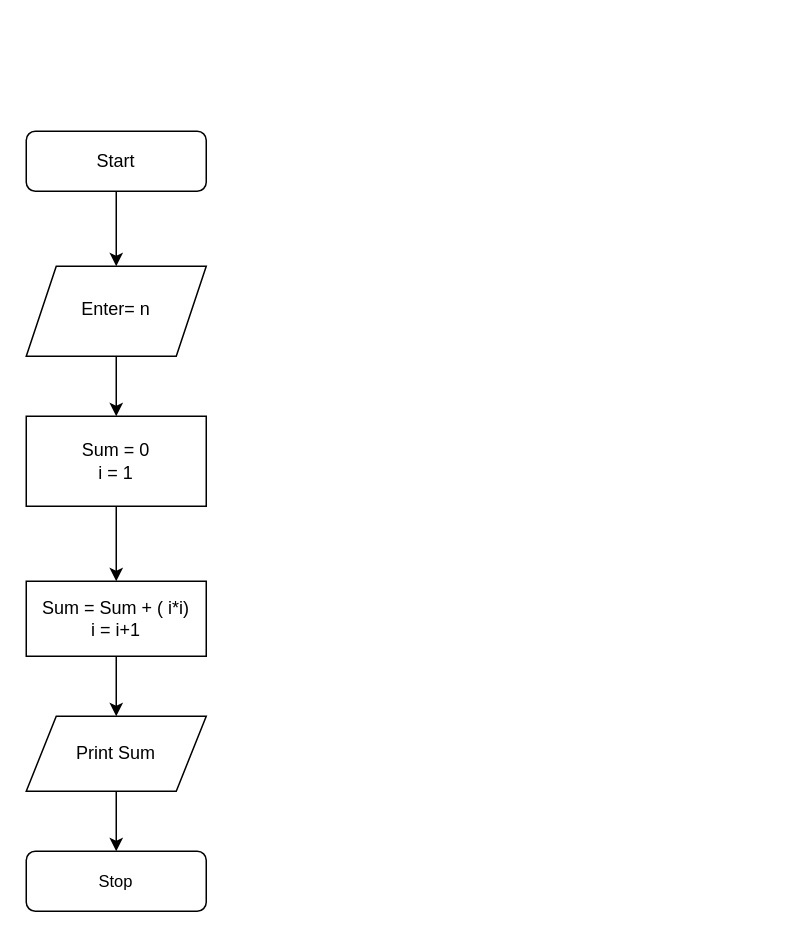
Above: Untitled Diagram.drawio in edebisa/File-1 (draw.io), before the change. Source tidied: cells renumbered, new cells numbered last; positions are measured from the earlier drawing's top-left corner, leaving out a move shared by most shapes. Both pictures are drawn from the tidied source at 150%, with x=0, y=0 at pixel (26, 130).
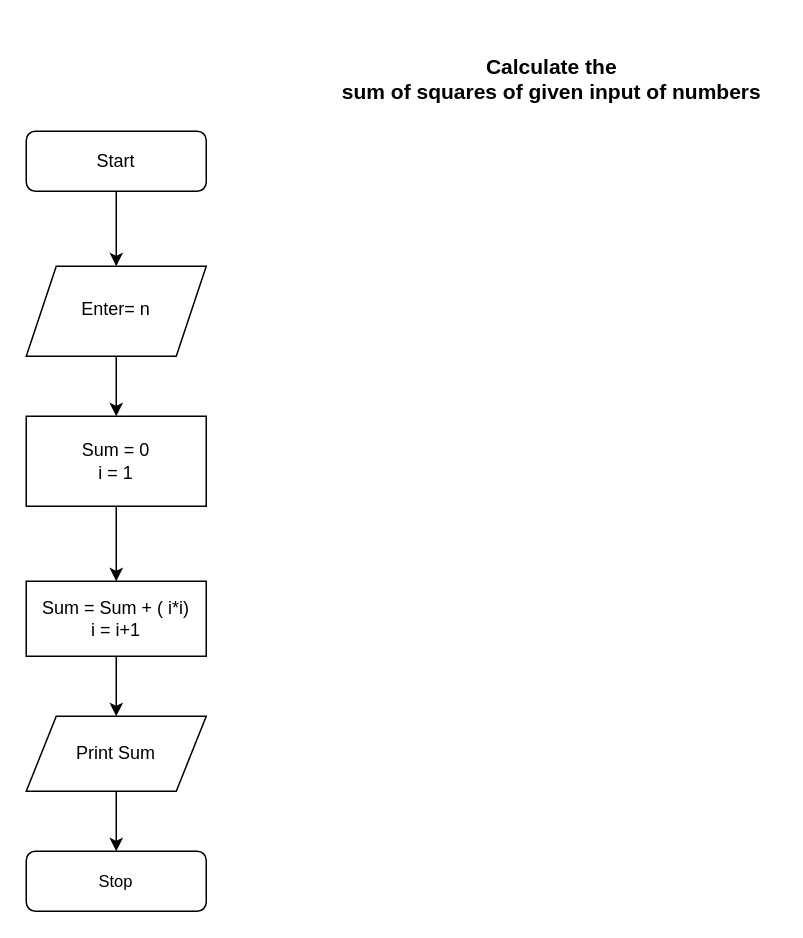
After the change.

Diff of the diagram source:
```diff
@@
 <mxGraphModel>
   <root>
     <mxCell id="0" />
     <mxCell id="1" parent="0" />
     <mxCell id="2" style="edgeStyle=orthogonalEdgeStyle;rounded=0;jettySize=auto;html=1;" parent="1" edge="1" source="3" target="5">
       <mxGeometry relative="1" as="geometry" />
     </mxCell>
     <mxCell id="3" value="&lt;p align=&quot;center&quot; class=&quot;MsoNormal&quot;&gt;Start&lt;/p&gt;" style="rounded=1;whiteSpace=wrap;html=1;fontSize=12;glass=0;strokeWidth=1;shadow=0;" parent="1" vertex="1">
       <mxGeometry width="120" height="40" as="geometry" />
     </mxCell>
     <mxCell id="4" style="edgeStyle=orthogonalEdgeStyle;rounded=0;jettySize=auto;html=1;" parent="1" edge="1" source="5" target="7">
       <mxGeometry relative="1" as="geometry" />
     </mxCell>
     <mxCell id="5" value="&lt;br&gt;&lt;br&gt;&lt;br&gt;&lt;p style=&quot;&quot; class=&quot;MsoNormal&quot;&gt;&lt;br&gt;&lt;/p&gt;&lt;p style=&quot;&quot; class=&quot;MsoNormal&quot;&gt;&lt;span style=&quot;background-color: initial;&quot;&gt;Enter= n&lt;/span&gt;&lt;br&gt;&lt;/p&gt;&lt;br&gt;&lt;br&gt;&lt;br&gt;&lt;br&gt;&lt;br&gt;" style="shape=parallelogram;perimeter=parallelogramPerimeter;whiteSpace=wrap;html=1;fixedSize=1;align=center;" parent="1" vertex="1">
       <mxGeometry y="90" width="120" height="60" as="geometry" />
     </mxCell>
     <mxCell id="6" style="edgeStyle=orthogonalEdgeStyle;rounded=0;jettySize=auto;html=1;fontSize=11;" parent="1" edge="1" source="7" target="9">
       <mxGeometry relative="1" as="geometry" />
     </mxCell>
     <mxCell id="7" value="Sum = 0&lt;br&gt;i = 1" style="rounded=0;whiteSpace=wrap;html=1;" parent="1" vertex="1">
       <mxGeometry y="190" width="120" height="60" as="geometry" />
     </mxCell>
     <mxCell id="8" style="edgeStyle=orthogonalEdgeStyle;rounded=0;jettySize=auto;html=1;fontSize=11;" parent="1" edge="1" source="9" target="11">
       <mxGeometry relative="1" as="geometry" />
     </mxCell>
     <mxCell id="9" value="Sum = Sum + ( i*i)&lt;br&gt;i = i+1" style="rounded=0;whiteSpace=wrap;html=1;" parent="1" vertex="1">
       <mxGeometry y="300" width="120" height="50" as="geometry" />
     </mxCell>
     <mxCell id="10" style="edgeStyle=orthogonalEdgeStyle;rounded=0;jettySize=auto;html=1;fontSize=11;" parent="1" edge="1" source="11" target="12">
       <mxGeometry relative="1" as="geometry" />
     </mxCell>
     <mxCell id="11" value="Print Sum" style="shape=parallelogram;perimeter=parallelogramPerimeter;whiteSpace=wrap;html=1;fixedSize=1;rounded=0;" parent="1" vertex="1">
       <mxGeometry y="390" width="120" height="50" as="geometry" />
     </mxCell>
     <mxCell id="12" value="Stop" style="rounded=1;whiteSpace=wrap;html=1;fontSize=11;" parent="1" vertex="1">
       <mxGeometry y="480" width="120" height="40" as="geometry" />
     </mxCell>
+    <mxCell id="13" value="&lt;p class=&quot;MsoNormal&quot;&gt;&lt;strong&gt;&lt;span&gt;&lt;font style=&quot;font-size: 14px;&quot;&gt;Calculate the&lt;br&gt;sum of squares of given input of numbers&lt;/font&gt;&lt;/span&gt;&lt;/strong&gt;&lt;/p&gt;" style="text;html=1;align=center;verticalAlign=middle;strokeColor=none;fillColor=none;fontSize=11;perimeterSpacing=0;" parent="1" vertex="1">
+      <mxGeometry x="200" y="-70" width="300" height="70" as="geometry" />
+    </mxCell>
   </root>
 </mxGraphModel>
```
